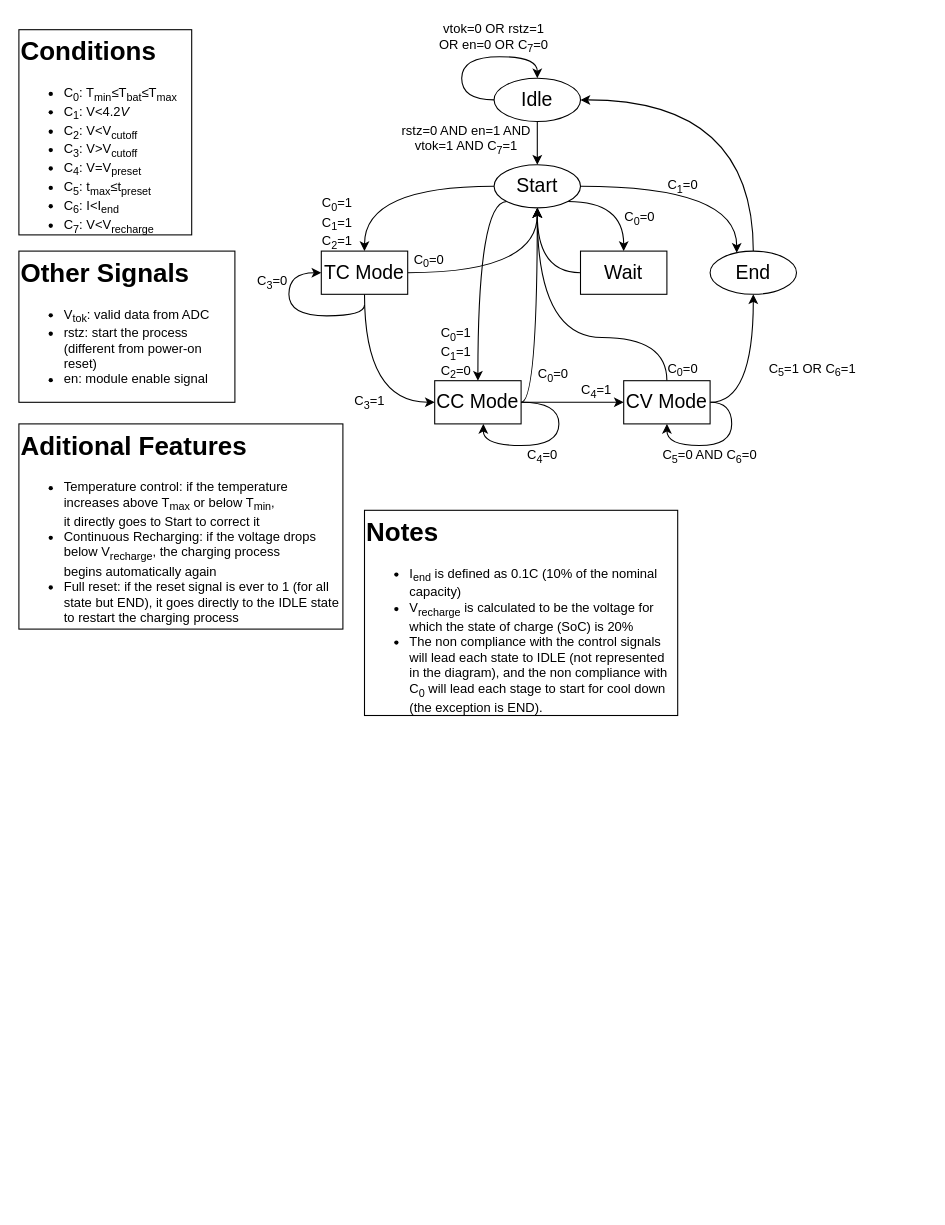
Before: stateMachine.drawio in FranciscoPRosa/SoC, a draw.io diagram. Source tidied: cells renumbered, new cells numbered last; positions are measured from the earlier drawing's top-left corner, leaving out a move shared by most shapes. Both pictures are drawn from the tidied source at 108%, with x=0, y=0 at pixel (18, 18).
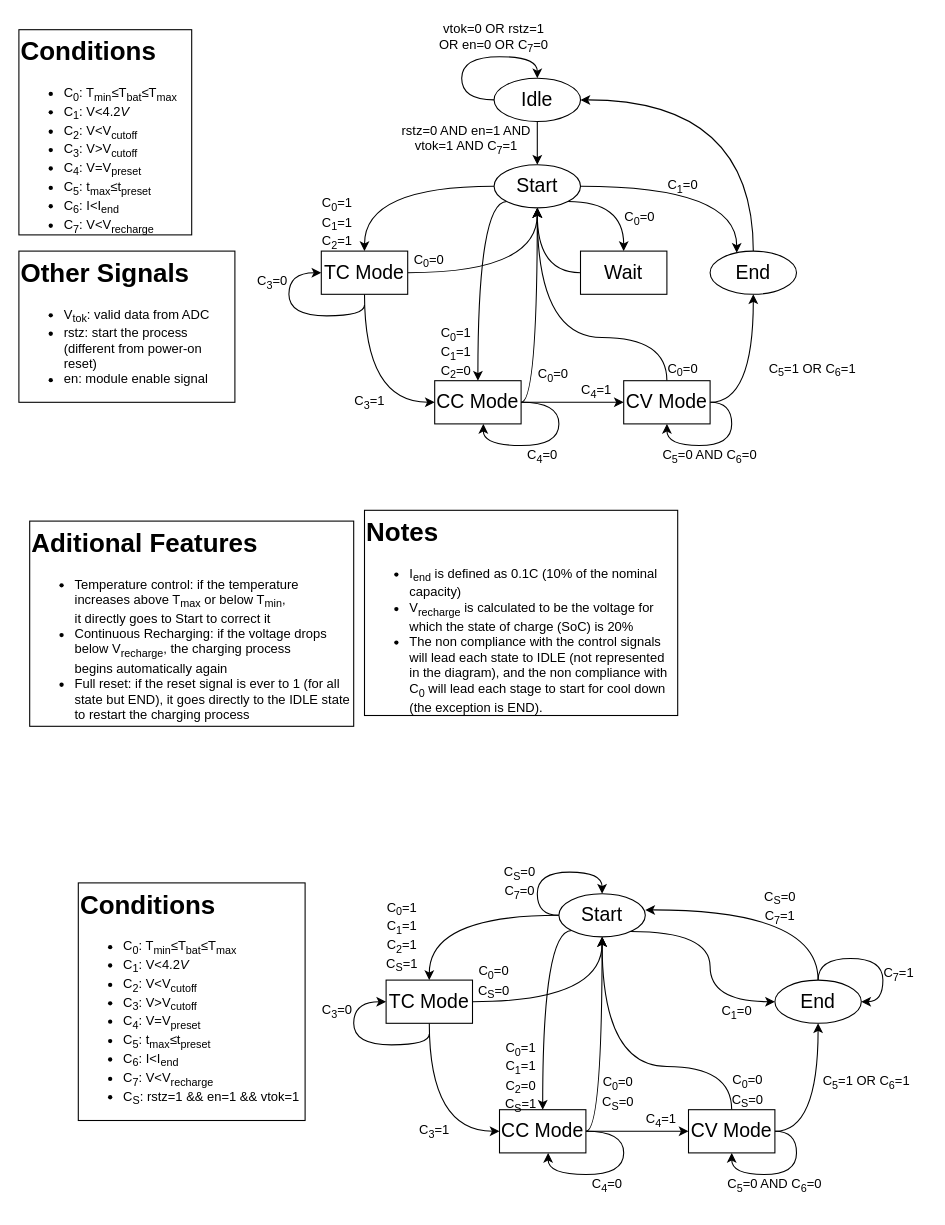
Above is the later version.

Change to the diagram source:
```diff
@@
+    <mxCell id="45" style="rounded=0;whiteSpace=wrap;html=1;strokeColor=none;" parent="1" vertex="1">
+      <mxGeometry x="40" y="765" width="800" height="335" as="geometry" />
+    </mxCell>
@@
     <mxCell id="40" value="&lt;h1 style=&quot;margin-top: 0px;&quot;&gt;Aditional Features&lt;/h1&gt;&lt;ul&gt;&lt;li&gt;&lt;div align=&quot;left&quot;&gt;Temperature control: if the temperature increases above T&lt;sub&gt;max&lt;/sub&gt; or below T&lt;sub&gt;min&lt;/sub&gt;,&amp;nbsp;&lt;/div&gt;&lt;div align=&quot;left&quot;&gt;it directly goes to Start to correct it&lt;/div&gt;&lt;/li&gt;&lt;li&gt;&lt;div align=&quot;left&quot;&gt;Continuous Recharging: if the voltage drops below V&lt;sub&gt;recharge&lt;/sub&gt;, the charging process&amp;nbsp;&lt;/div&gt;&lt;div align=&quot;left&quot;&gt;begins automatically again&lt;/div&gt;&lt;/li&gt;&lt;li&gt;Full reset: if the reset signal is ever to 1 (for all state but END), it goes directly to the IDLE state to restart the charging process&lt;/li&gt;&lt;/ul&gt;" style="text;html=1;whiteSpace=wrap;overflow=hidden;rounded=0;strokeColor=default;fillColor=default;" parent="1" vertex="1">
-      <mxGeometry y="375" width="300" height="190" as="geometry" />
+      <mxGeometry x="10" y="465" width="300" height="190" as="geometry" />
     </mxCell>
@@
+    <mxCell id="46" style="edgeStyle=orthogonalEdgeStyle;rounded=0;jettySize=auto;html=1;exitX=0;exitY=1;exitDx=0;exitDy=0;curved=1;entryX=0.5;entryY=0;entryDx=0;entryDy=0;" parent="1" edge="1" source="48" target="52">
+      <mxGeometry relative="1" as="geometry">
+        <Array as="points">
+          <mxPoint x="485" y="844" />
+        </Array>
+      </mxGeometry>
+    </mxCell>
+    <mxCell id="47" style="edgeStyle=orthogonalEdgeStyle;rounded=0;jettySize=auto;html=1;entryX=0.5;entryY=0;entryDx=0;entryDy=0;curved=1;" parent="1" edge="1" source="48" target="57">
+      <mxGeometry relative="1" as="geometry" />
+    </mxCell>
+    <mxCell id="48" value="&lt;font style=&quot;font-size: 18px;&quot;&gt;Start&lt;/font&gt;" style="ellipse;whiteSpace=wrap;html=1;" parent="1" vertex="1">
+      <mxGeometry x="500" y="810" width="80" height="40" as="geometry" />
+    </mxCell>
+    <mxCell id="49" value="&lt;div&gt;C&lt;sub&gt;0&lt;/sub&gt;=1&lt;/div&gt;&lt;div&gt;C&lt;sub&gt;1&lt;/sub&gt;=1&lt;/div&gt;&lt;div&gt;C&lt;sub&gt;2&lt;/sub&gt;=1&lt;br&gt;&lt;/div&gt;&lt;div&gt;C&lt;sub&gt;S&lt;/sub&gt;=1&lt;/div&gt;" style="text;html=1;align=center;verticalAlign=middle;whiteSpace=wrap;rounded=0;" parent="1" vertex="1">
+      <mxGeometry x="340" y="815" width="30" height="70" as="geometry" />
+    </mxCell>
+    <mxCell id="50" style="edgeStyle=orthogonalEdgeStyle;rounded=0;jettySize=auto;html=1;" parent="1" edge="1" source="52" target="61">
+      <mxGeometry relative="1" as="geometry" />
+    </mxCell>
+    <mxCell id="51" style="edgeStyle=orthogonalEdgeStyle;rounded=0;jettySize=auto;html=1;entryX=0.5;entryY=1;entryDx=0;entryDy=0;curved=1;" parent="1" edge="1" source="52" target="48">
+      <mxGeometry relative="1" as="geometry">
+        <Array as="points">
+          <mxPoint x="540" y="1030" />
+        </Array>
+      </mxGeometry>
+    </mxCell>
+    <mxCell id="52" value="&lt;font style=&quot;font-size: 18px;&quot;&gt;CC Mode&lt;/font&gt;" style="whiteSpace=wrap;html=1;rounded=0;" parent="1" vertex="1">
+      <mxGeometry x="445" y="1010" width="80" height="40" as="geometry" />
+    </mxCell>
+    <mxCell id="53" style="edgeStyle=orthogonalEdgeStyle;rounded=0;jettySize=auto;html=1;curved=1;" parent="1" edge="1" source="54">
+      <mxGeometry relative="1" as="geometry">
+        <mxPoint x="580" y="825" as="targetPoint" />
+        <Array as="points">
+          <mxPoint x="740" y="825" />
+          <mxPoint x="580" y="825" />
+        </Array>
+      </mxGeometry>
+    </mxCell>
+    <mxCell id="54" value="&lt;font style=&quot;font-size: 18px;&quot;&gt;End&lt;/font&gt;" style="ellipse;whiteSpace=wrap;html=1;" parent="1" vertex="1">
+      <mxGeometry x="700" y="890" width="80" height="40" as="geometry" />
+    </mxCell>
+    <mxCell id="55" style="edgeStyle=orthogonalEdgeStyle;rounded=0;jettySize=auto;html=1;entryX=0;entryY=0.5;entryDx=0;entryDy=0;curved=1;" parent="1" edge="1" source="57" target="52">
+      <mxGeometry relative="1" as="geometry">
+        <Array as="points">
+          <mxPoint x="380" y="1030" />
+        </Array>
+      </mxGeometry>
+    </mxCell>
+    <mxCell id="56" style="edgeStyle=orthogonalEdgeStyle;rounded=0;jettySize=auto;html=1;entryX=0.5;entryY=1;entryDx=0;entryDy=0;curved=1;" parent="1" edge="1" source="57" target="48">
+      <mxGeometry relative="1" as="geometry" />
+    </mxCell>
+    <mxCell id="57" value="&lt;font style=&quot;font-size: 18px;&quot;&gt;TC Mode&lt;/font&gt;" style="whiteSpace=wrap;html=1;rounded=0;" parent="1" vertex="1">
+      <mxGeometry x="340" y="890" width="80" height="40" as="geometry" />
+    </mxCell>
+    <mxCell id="58" style="edgeStyle=orthogonalEdgeStyle;rounded=0;jettySize=auto;html=1;curved=1;entryX=0.5;entryY=1;entryDx=0;entryDy=0;" parent="1" edge="1" source="61" target="54">
+      <mxGeometry relative="1" as="geometry">
+        <Array as="points">
+          <mxPoint x="740" y="1030" />
+        </Array>
+      </mxGeometry>
+    </mxCell>
+    <mxCell id="59" style="edgeStyle=orthogonalEdgeStyle;rounded=0;jettySize=auto;html=1;entryX=0.5;entryY=1;entryDx=0;entryDy=0;curved=1;" parent="1" edge="1" source="61" target="48">
+      <mxGeometry relative="1" as="geometry">
+        <Array as="points">
+          <mxPoint x="660" y="970" />
+          <mxPoint x="540" y="970" />
+        </Array>
+      </mxGeometry>
+    </mxCell>
+    <mxCell id="60" style="edgeStyle=orthogonalEdgeStyle;rounded=0;orthogonalLoop=1;jettySize=auto;html=1;entryX=0.5;entryY=1;entryDx=0;entryDy=0;curved=1;" parent="1" edge="1" source="61" target="61">
+      <mxGeometry relative="1" as="geometry">
+        <Array as="points">
+          <mxPoint x="720" y="1030" />
+          <mxPoint x="720" y="1070" />
+          <mxPoint x="660" y="1070" />
+        </Array>
+      </mxGeometry>
+    </mxCell>
+    <mxCell id="61" value="&lt;font style=&quot;font-size: 18px;&quot;&gt;CV Mode&lt;/font&gt;" style="whiteSpace=wrap;html=1;rounded=0;" parent="1" vertex="1">
+      <mxGeometry x="620" y="1010" width="80" height="40" as="geometry" />
+    </mxCell>
+    <mxCell id="62" style="edgeStyle=orthogonalEdgeStyle;rounded=0;jettySize=auto;html=1;entryX=0;entryY=0.5;entryDx=0;entryDy=0;curved=1;" parent="1" edge="1" target="57">
+      <mxGeometry relative="1" as="geometry">
+        <mxPoint x="380" y="940" as="sourcePoint" />
+        <Array as="points">
+          <mxPoint x="380" y="950" />
+          <mxPoint x="310" y="950" />
+          <mxPoint x="310" y="910" />
+        </Array>
+      </mxGeometry>
+    </mxCell>
+    <mxCell id="63" style="edgeStyle=orthogonalEdgeStyle;rounded=0;jettySize=auto;html=1;curved=1;" parent="1" edge="1" source="52">
+      <mxGeometry relative="1" as="geometry">
+        <mxPoint x="490" y="1050" as="targetPoint" />
+        <Array as="points">
+          <mxPoint x="560" y="1030" />
+          <mxPoint x="560" y="1070" />
+          <mxPoint x="490" y="1070" />
+          <mxPoint x="490" y="1050" />
+        </Array>
+      </mxGeometry>
+    </mxCell>
+    <mxCell id="64" value="&lt;div&gt;C&lt;sub&gt;0&lt;/sub&gt;=1&lt;/div&gt;&lt;div&gt;C&lt;sub&gt;1&lt;/sub&gt;=1&lt;/div&gt;&lt;div&gt;C&lt;sub&gt;2&lt;/sub&gt;=0&lt;/div&gt;&lt;div&gt;&lt;div&gt;C&lt;sub&gt;S&lt;/sub&gt;=1&lt;/div&gt;&lt;/div&gt;" style="text;html=1;align=center;verticalAlign=middle;whiteSpace=wrap;rounded=0;" parent="1" vertex="1">
+      <mxGeometry x="450" y="950" width="30" height="60" as="geometry" />
+    </mxCell>
+    <mxCell id="65" value="&lt;div&gt;C&lt;sub&gt;3&lt;/sub&gt;=0&lt;/div&gt;" style="text;html=1;align=center;verticalAlign=middle;whiteSpace=wrap;rounded=0;" parent="1" vertex="1">
+      <mxGeometry x="280" y="908.5" width="30" height="20" as="geometry" />
+    </mxCell>
+    <mxCell id="66" value="&lt;div&gt;C&lt;sub&gt;3&lt;/sub&gt;=1&lt;/div&gt;" style="text;html=1;align=center;verticalAlign=middle;whiteSpace=wrap;rounded=0;" parent="1" vertex="1">
+      <mxGeometry x="370" y="1020" width="30" height="20" as="geometry" />
+    </mxCell>
+    <mxCell id="67" value="&lt;div&gt;C&lt;sub&gt;4&lt;/sub&gt;=0&lt;/div&gt;" style="text;html=1;align=center;verticalAlign=middle;whiteSpace=wrap;rounded=0;" parent="1" vertex="1">
+      <mxGeometry x="530" y="1070" width="30" height="20" as="geometry" />
+    </mxCell>
+    <mxCell id="68" value="&lt;div&gt;C&lt;sub&gt;4&lt;/sub&gt;=1&lt;/div&gt;" style="text;html=1;align=center;verticalAlign=middle;whiteSpace=wrap;rounded=0;" parent="1" vertex="1">
+      <mxGeometry x="580" y="1010" width="30" height="20" as="geometry" />
+    </mxCell>
+    <mxCell id="69" value="&lt;div&gt;C&lt;sub&gt;5&lt;/sub&gt;=0 AND C&lt;sub&gt;6&lt;/sub&gt;=0&lt;/div&gt;" style="text;html=1;align=center;verticalAlign=middle;whiteSpace=wrap;rounded=0;" parent="1" vertex="1">
+      <mxGeometry x="650" y="1070" width="100" height="20" as="geometry" />
+    </mxCell>
+    <mxCell id="70" value="&lt;div&gt;C&lt;sub&gt;0&lt;/sub&gt;=0&lt;/div&gt;&lt;div&gt;C&lt;sub&gt;S&lt;/sub&gt;=0&lt;/div&gt;" style="text;html=1;align=center;verticalAlign=middle;whiteSpace=wrap;rounded=0;" parent="1" vertex="1">
+      <mxGeometry x="540" y="980" width="30" height="30" as="geometry" />
+    </mxCell>
+    <mxCell id="71" value="&lt;div&gt;C&lt;sub&gt;0&lt;/sub&gt;=0&lt;/div&gt;&lt;div&gt;&lt;div&gt;C&lt;sub&gt;S&lt;/sub&gt;=0&lt;/div&gt;&lt;/div&gt;" style="text;html=1;align=center;verticalAlign=middle;whiteSpace=wrap;rounded=0;" parent="1" vertex="1">
+      <mxGeometry x="425" y="875" width="30" height="33.5" as="geometry" />
+    </mxCell>
+    <mxCell id="72" value="&lt;div&gt;C&lt;sub&gt;0&lt;/sub&gt;=0&lt;/div&gt;&lt;div&gt;C&lt;sub&gt;S&lt;/sub&gt;=0&lt;/div&gt;" style="text;html=1;align=center;verticalAlign=middle;whiteSpace=wrap;rounded=0;" parent="1" vertex="1">
+      <mxGeometry x="660" y="975" width="30" height="35" as="geometry" />
+    </mxCell>
+    <mxCell id="73" style="edgeStyle=orthogonalEdgeStyle;rounded=0;jettySize=auto;html=1;entryX=0;entryY=0.5;entryDx=0;entryDy=0;curved=1;" parent="1" edge="1" source="48" target="54">
+      <mxGeometry relative="1" as="geometry">
+        <Array as="points">
+          <mxPoint x="640" y="845" />
+          <mxPoint x="640" y="910" />
+        </Array>
+      </mxGeometry>
+    </mxCell>
+    <mxCell id="74" value="&lt;div&gt;C&lt;sub&gt;1&lt;/sub&gt;=0&lt;/div&gt;" style="text;html=1;align=center;verticalAlign=middle;whiteSpace=wrap;rounded=0;" parent="1" vertex="1">
+      <mxGeometry x="650" y="910" width="30" height="20" as="geometry" />
+    </mxCell>
+    <mxCell id="75" value="&lt;div&gt;C&lt;sub&gt;5&lt;/sub&gt;=1 OR C&lt;sub&gt;6&lt;/sub&gt;=1&lt;/div&gt;" style="text;html=1;align=center;verticalAlign=middle;whiteSpace=wrap;rounded=0;" parent="1" vertex="1">
+      <mxGeometry x="740" y="975" width="90" height="20" as="geometry" />
+    </mxCell>
+    <mxCell id="76" value="&lt;h1 style=&quot;margin-top: 0px;&quot;&gt;Conditions&lt;/h1&gt;&lt;ul&gt;&lt;li&gt;C&lt;sub&gt;0&lt;/sub&gt;: T&lt;sub&gt;min&lt;/sub&gt;≤T&lt;sub&gt;bat&lt;/sub&gt;≤T&lt;sub&gt;max&lt;/sub&gt;&lt;/li&gt;&lt;li&gt;C&lt;sub&gt;1&lt;/sub&gt;: V&amp;lt;4.2&lt;i&gt;V&lt;/i&gt;&lt;/li&gt;&lt;li&gt;C&lt;sub&gt;2&lt;/sub&gt;: V&amp;lt;V&lt;sub&gt;cutoff&lt;/sub&gt;&lt;/li&gt;&lt;li&gt;C&lt;sub&gt;3&lt;/sub&gt;: V&amp;gt;V&lt;sub&gt;cutoff&lt;/sub&gt;&lt;/li&gt;&lt;li&gt;C&lt;sub&gt;4&lt;/sub&gt;: V=V&lt;sub&gt;preset&lt;/sub&gt;&lt;/li&gt;&lt;li&gt;C&lt;sub&gt;5&lt;/sub&gt;: t&lt;sub&gt;max&lt;/sub&gt;≤t&lt;sub&gt;preset&lt;/sub&gt;&lt;/li&gt;&lt;li&gt;C&lt;sub&gt;6&lt;/sub&gt;: I&amp;lt;I&lt;sub&gt;end&lt;/sub&gt;&lt;/li&gt;&lt;li&gt;C&lt;sub&gt;7&lt;/sub&gt;: V&amp;lt;V&lt;sub&gt;recharge&lt;/sub&gt;&lt;/li&gt;&lt;li&gt;C&lt;sub&gt;S&lt;/sub&gt;: rstz=1 &amp;amp;&amp;amp; en=1 &amp;amp;&amp;amp; vtok=1&lt;br&gt;&lt;/li&gt;&lt;/ul&gt;" style="text;html=1;whiteSpace=wrap;overflow=hidden;rounded=0;strokeColor=default;fillColor=default;" parent="1" vertex="1">
+      <mxGeometry x="55" y="800" width="210" height="220" as="geometry" />
+    </mxCell>
+    <mxCell id="77" value="&lt;div&gt;&lt;div&gt;C&lt;sub&gt;S&lt;/sub&gt;=0&lt;/div&gt;&lt;/div&gt;&lt;div&gt;C&lt;sub&gt;7&lt;/sub&gt;=1&lt;/div&gt;" style="text;html=1;align=center;verticalAlign=middle;whiteSpace=wrap;rounded=0;" parent="1" vertex="1">
+      <mxGeometry x="690" y="805" width="30" height="35" as="geometry" />
+    </mxCell>
+    <mxCell id="78" style="edgeStyle=orthogonalEdgeStyle;rounded=0;orthogonalLoop=1;jettySize=auto;html=1;entryX=0;entryY=0.5;entryDx=0;entryDy=0;curved=1;endArrow=none;endFill=0;startArrow=classic;startFill=1;" parent="1" edge="1" source="48" target="48">
+      <mxGeometry relative="1" as="geometry">
+        <Array as="points">
+          <mxPoint x="540" y="790" />
+          <mxPoint x="480" y="790" />
+          <mxPoint x="480" y="830" />
+        </Array>
+      </mxGeometry>
+    </mxCell>
+    <mxCell id="79" value="&lt;div&gt;C&lt;sub&gt;S&lt;/sub&gt;=0&lt;/div&gt;&lt;div&gt;C&lt;sub&gt;7&lt;/sub&gt;=0&lt;/div&gt;" style="text;html=1;align=center;verticalAlign=middle;whiteSpace=wrap;rounded=0;" parent="1" vertex="1">
+      <mxGeometry x="449" y="785" width="30" height="30" as="geometry" />
+    </mxCell>
+    <mxCell id="80" style="edgeStyle=orthogonalEdgeStyle;rounded=0;orthogonalLoop=1;jettySize=auto;html=1;entryX=1;entryY=0.5;entryDx=0;entryDy=0;curved=1;" parent="1" edge="1" source="54" target="54">
+      <mxGeometry relative="1" as="geometry">
+        <Array as="points">
+          <mxPoint x="740" y="870" />
+          <mxPoint x="800" y="870" />
+          <mxPoint x="800" y="910" />
+        </Array>
+      </mxGeometry>
+    </mxCell>
+    <mxCell id="81" value="&lt;div&gt;C&lt;sub&gt;7&lt;/sub&gt;=1&lt;/div&gt;" style="text;html=1;align=center;verticalAlign=middle;whiteSpace=wrap;rounded=0;" parent="1" vertex="1">
+      <mxGeometry x="800" y="875" width="30" height="20" as="geometry" />
+    </mxCell>
```
